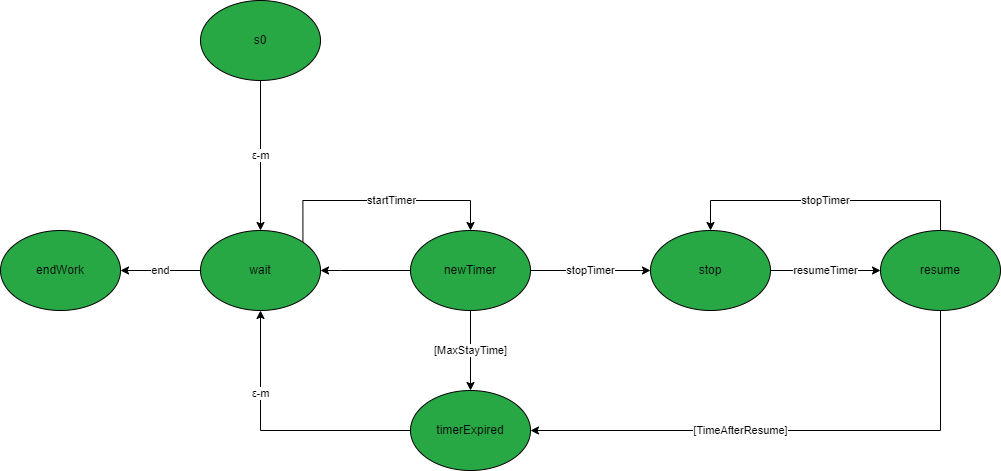
Before: doc/assets/statiMaxstaytimetable.png, a diagram exported from draw.io (it9tst/iss2020---UniBO). Source tidied: cells renumbered, new cells last; positions are measured from the earlier drawing's top-left corner, leaving out a move shared by most shapes.
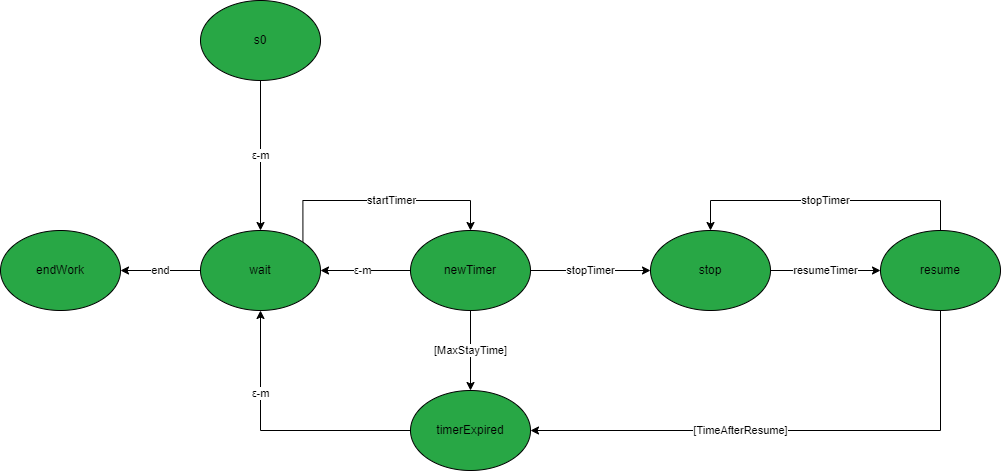
Above is the later version.

Change to the diagram source:
```diff
@@ -8,13 +8,8 @@
     <mxCell id="3" value="s0" style="ellipse;whiteSpace=wrap;html=1;fillColor=#28A745;" parent="1" vertex="1">
       <mxGeometry x="200" width="120" height="80" as="geometry" />
     </mxCell>
-    <mxCell id="4" value="ε-m" style="edgeStyle=orthogonalEdgeStyle;rounded=0;jettySize=auto;html=1;exitX=1;exitY=0.5;exitDx=0;exitDy=0;entryX=1;entryY=0.5;entryDx=0;entryDy=0;" parent="1" edge="1" source="7" target="10">
-      <mxGeometry x="0.07" relative="1" as="geometry">
-        <Array as="points">
-          <mxPoint x="340" y="270" />
-          <mxPoint x="340" y="270" />
-        </Array>
-      </mxGeometry>
+    <mxCell id="4" value="ε-m" style="edgeStyle=orthogonalEdgeStyle;rounded=0;jettySize=auto;html=1;exitX=0;exitY=0.5;exitDx=0;exitDy=0;entryX=1;entryY=0.5;entryDx=0;entryDy=0;" parent="1" edge="1" source="7" target="10">
+      <mxGeometry x="0.07" relative="1" as="geometry" />
     </mxCell>
     <mxCell id="5" value="stopTimer" style="edgeStyle=orthogonalEdgeStyle;rounded=0;jettySize=auto;html=1;entryX=0;entryY=0.5;entryDx=0;entryDy=0;" parent="1" edge="1" source="7" target="13">
       <mxGeometry relative="1" as="geometry" />
```
